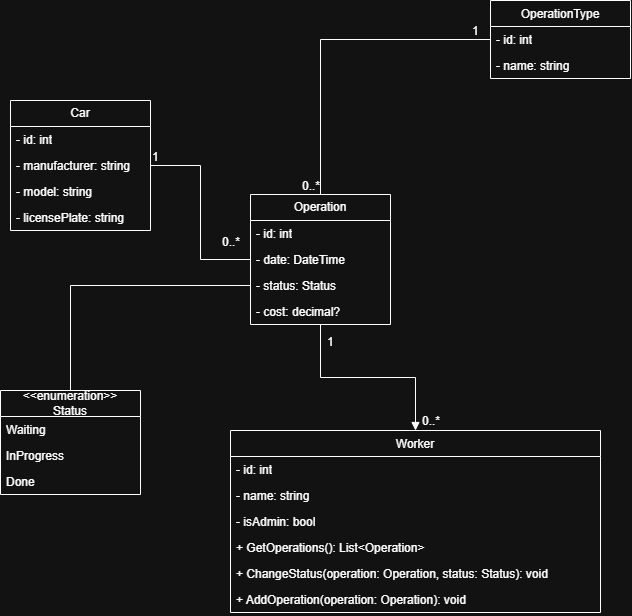
The draw.io diagram CarParkOperation.drawio.png in EdRemets/Programmeerimine2, before a commit. Source tidied: cells renumbered, new cells last; positions are measured from the earlier drawing's top-left corner, leaving out a move shared by most shapes.
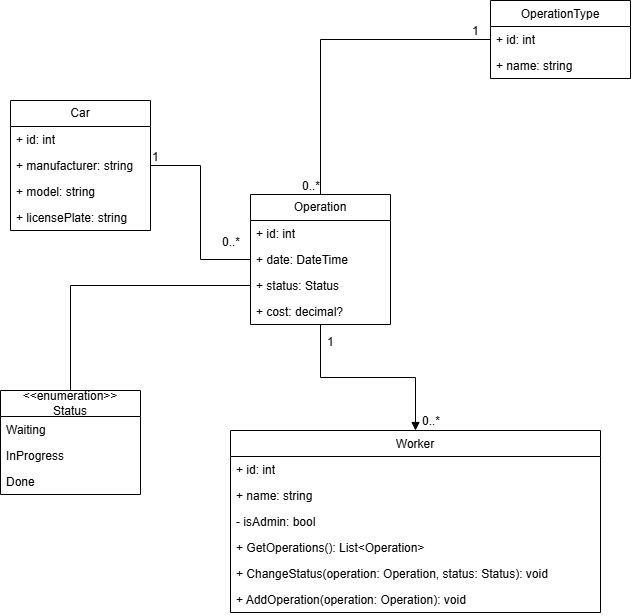
After the change.

What changed in the source:
```diff
@@ -5,31 +5,31 @@
     <mxCell id="2" value="Car" style="swimlane;fontStyle=0;horizontal=1;startSize=26;fillColor=none;whiteSpace=wrap;html=1;" parent="1" vertex="1">
       <mxGeometry x="10" y="100" width="140" height="130" as="geometry" />
     </mxCell>
-    <mxCell id="3" value="- id: int" style="text;strokeColor=none;fillColor=none;align=left;verticalAlign=top;spacingLeft=4;spacingRight=4;overflow=hidden;whiteSpace=wrap;html=1;" parent="2" vertex="1">
+    <mxCell id="3" value="+ id: int" style="text;strokeColor=none;fillColor=none;align=left;verticalAlign=top;spacingLeft=4;spacingRight=4;overflow=hidden;whiteSpace=wrap;html=1;" parent="2" vertex="1">
       <mxGeometry y="26" width="140" height="26" as="geometry" />
     </mxCell>
-    <mxCell id="4" value="- manufacturer: string" style="text;strokeColor=none;fillColor=none;align=left;verticalAlign=top;spacingLeft=4;spacingRight=4;overflow=hidden;whiteSpace=wrap;html=1;" parent="2" vertex="1">
+    <mxCell id="4" value="+ manufacturer: string" style="text;strokeColor=none;fillColor=none;align=left;verticalAlign=top;spacingLeft=4;spacingRight=4;overflow=hidden;whiteSpace=wrap;html=1;" parent="2" vertex="1">
       <mxGeometry y="52" width="140" height="26" as="geometry" />
     </mxCell>
-    <mxCell id="5" value="- model: string" style="text;strokeColor=none;fillColor=none;align=left;verticalAlign=top;spacingLeft=4;spacingRight=4;overflow=hidden;whiteSpace=wrap;html=1;" parent="2" vertex="1">
+    <mxCell id="5" value="+ model: string" style="text;strokeColor=none;fillColor=none;align=left;verticalAlign=top;spacingLeft=4;spacingRight=4;overflow=hidden;whiteSpace=wrap;html=1;" parent="2" vertex="1">
       <mxGeometry y="78" width="140" height="26" as="geometry" />
     </mxCell>
-    <mxCell id="6" value="- licensePlate: string" style="text;strokeColor=none;fillColor=none;align=left;verticalAlign=top;spacingLeft=4;spacingRight=4;overflow=hidden;whiteSpace=wrap;html=1;" parent="2" vertex="1">
+    <mxCell id="6" value="+ licensePlate: string" style="text;strokeColor=none;fillColor=none;align=left;verticalAlign=top;spacingLeft=4;spacingRight=4;overflow=hidden;whiteSpace=wrap;html=1;" parent="2" vertex="1">
       <mxGeometry y="104" width="140" height="26" as="geometry" />
     </mxCell>
     <mxCell id="7" value="Operation" style="swimlane;fontStyle=0;horizontal=1;startSize=26;fillColor=none;whiteSpace=wrap;html=1;" parent="1" vertex="1">
       <mxGeometry x="250" y="194" width="140" height="130" as="geometry" />
     </mxCell>
-    <mxCell id="8" value="- id: int" style="text;strokeColor=none;fillColor=none;align=left;verticalAlign=top;spacingLeft=4;spacingRight=4;overflow=hidden;whiteSpace=wrap;html=1;" parent="7" vertex="1">
+    <mxCell id="8" value="+ id: int" style="text;strokeColor=none;fillColor=none;align=left;verticalAlign=top;spacingLeft=4;spacingRight=4;overflow=hidden;whiteSpace=wrap;html=1;" parent="7" vertex="1">
       <mxGeometry y="26" width="140" height="26" as="geometry" />
     </mxCell>
-    <mxCell id="9" value="- date: DateTime" style="text;strokeColor=none;fillColor=none;align=left;verticalAlign=top;spacingLeft=4;spacingRight=4;overflow=hidden;whiteSpace=wrap;html=1;" parent="7" vertex="1">
+    <mxCell id="9" value="+ date: DateTime" style="text;strokeColor=none;fillColor=none;align=left;verticalAlign=top;spacingLeft=4;spacingRight=4;overflow=hidden;whiteSpace=wrap;html=1;" parent="7" vertex="1">
       <mxGeometry y="52" width="140" height="26" as="geometry" />
     </mxCell>
-    <mxCell id="10" value="- status: Status" style="text;strokeColor=none;fillColor=none;align=left;verticalAlign=top;spacingLeft=4;spacingRight=4;overflow=hidden;points=[[0,0.5],[1,0.5]];portConstraint=eastwest;whiteSpace=wrap;html=1;" parent="7" vertex="1">
+    <mxCell id="10" value="+ status: Status" style="text;strokeColor=none;fillColor=none;align=left;verticalAlign=top;spacingLeft=4;spacingRight=4;overflow=hidden;points=[[0,0.5],[1,0.5]];portConstraint=eastwest;whiteSpace=wrap;html=1;" parent="7" vertex="1">
       <mxGeometry y="78" width="140" height="26" as="geometry" />
     </mxCell>
-    <mxCell id="11" value="- cost: decimal?" style="text;strokeColor=none;fillColor=none;align=left;verticalAlign=top;spacingLeft=4;spacingRight=4;overflow=hidden;whiteSpace=wrap;html=1;" parent="7" vertex="1">
+    <mxCell id="11" value="+ cost: decimal?" style="text;strokeColor=none;fillColor=none;align=left;verticalAlign=top;spacingLeft=4;spacingRight=4;overflow=hidden;whiteSpace=wrap;html=1;" parent="7" vertex="1">
       <mxGeometry y="104" width="140" height="26" as="geometry" />
     </mxCell>
     <mxCell id="12" value="&amp;lt;&amp;lt;enumeration&amp;gt;&amp;gt;&lt;div&gt;Status&lt;/div&gt;" style="swimlane;fontStyle=0;horizontal=1;startSize=26;fillColor=none;whiteSpace=wrap;html=1;" parent="1" vertex="1">
@@ -56,10 +56,10 @@
     <mxCell id="19" value="Worker" style="swimlane;fontStyle=0;horizontal=1;startSize=26;fillColor=none;whiteSpace=wrap;html=1;align=center;verticalAlign=top;fontFamily=Helvetica;fontSize=12;fontColor=default;" parent="1" vertex="1">
       <mxGeometry x="230" y="430" width="370" height="182" as="geometry" />
     </mxCell>
-    <mxCell id="20" value="- id: int" style="text;strokeColor=none;fillColor=none;align=left;verticalAlign=top;spacingLeft=4;spacingRight=4;overflow=hidden;whiteSpace=wrap;html=1;fontFamily=Helvetica;fontSize=12;fontColor=default;" parent="19" vertex="1">
+    <mxCell id="20" value="+ id: int" style="text;strokeColor=none;fillColor=none;align=left;verticalAlign=top;spacingLeft=4;spacingRight=4;overflow=hidden;whiteSpace=wrap;html=1;fontFamily=Helvetica;fontSize=12;fontColor=default;" parent="19" vertex="1">
       <mxGeometry y="26" width="370" height="26" as="geometry" />
     </mxCell>
-    <mxCell id="21" value="- name: string" style="text;strokeColor=none;fillColor=none;align=left;verticalAlign=top;spacingLeft=4;spacingRight=4;overflow=hidden;whiteSpace=wrap;html=1;fontFamily=Helvetica;fontSize=12;fontColor=default;" parent="19" vertex="1">
+    <mxCell id="21" value="+ name: string" style="text;strokeColor=none;fillColor=none;align=left;verticalAlign=top;spacingLeft=4;spacingRight=4;overflow=hidden;whiteSpace=wrap;html=1;fontFamily=Helvetica;fontSize=12;fontColor=default;" parent="19" vertex="1">
       <mxGeometry y="52" width="370" height="26" as="geometry" />
     </mxCell>
     <mxCell id="22" value="- isAdmin: bool" style="text;strokeColor=none;fillColor=none;align=left;verticalAlign=top;spacingLeft=4;spacingRight=4;overflow=hidden;whiteSpace=wrap;html=1;fontFamily=Helvetica;fontSize=12;fontColor=default;" parent="19" vertex="1">
@@ -77,10 +77,10 @@
     <mxCell id="26" value="OperationType" style="swimlane;fontStyle=0;horizontal=1;startSize=26;fillColor=none;whiteSpace=wrap;html=1;align=center;verticalAlign=top;fontFamily=Helvetica;fontSize=12;fontColor=default;" parent="1" vertex="1">
       <mxGeometry x="490" width="140" height="78" as="geometry" />
     </mxCell>
-    <mxCell id="27" value="- id: int" style="text;strokeColor=none;fillColor=none;align=left;verticalAlign=top;spacingLeft=4;spacingRight=4;overflow=hidden;whiteSpace=wrap;html=1;fontFamily=Helvetica;fontSize=12;fontColor=default;" parent="26" vertex="1">
+    <mxCell id="27" value="+ id: int" style="text;strokeColor=none;fillColor=none;align=left;verticalAlign=top;spacingLeft=4;spacingRight=4;overflow=hidden;whiteSpace=wrap;html=1;fontFamily=Helvetica;fontSize=12;fontColor=default;" parent="26" vertex="1">
       <mxGeometry y="26" width="140" height="26" as="geometry" />
     </mxCell>
-    <mxCell id="28" value="- name: string" style="text;strokeColor=none;fillColor=none;align=left;verticalAlign=top;spacingLeft=4;spacingRight=4;overflow=hidden;whiteSpace=wrap;html=1;fontFamily=Helvetica;fontSize=12;fontColor=default;" parent="26" vertex="1">
+    <mxCell id="28" value="+ name: string" style="text;strokeColor=none;fillColor=none;align=left;verticalAlign=top;spacingLeft=4;spacingRight=4;overflow=hidden;whiteSpace=wrap;html=1;fontFamily=Helvetica;fontSize=12;fontColor=default;" parent="26" vertex="1">
       <mxGeometry y="52" width="140" height="26" as="geometry" />
     </mxCell>
     <mxCell id="29" style="endArrow=none;html=1;edgeStyle=orthogonalEdgeStyle;rounded=0;fontFamily=Helvetica;fontSize=12;fontColor=default;" parent="1" edge="1" source="26" target="7">
```
